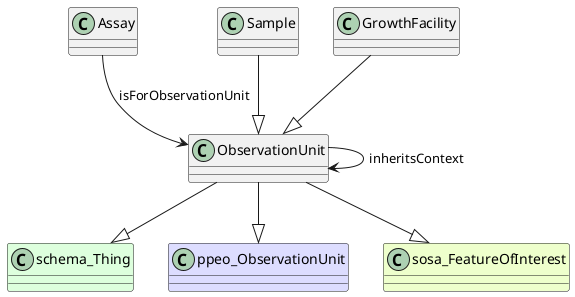
Earlier version of the PlantUML export ttl_uml/ttl_appn_ObservationUnit.png (aus-plant-phenomics-network/appn-schema).
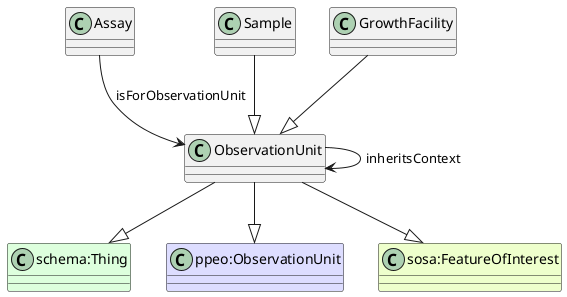
After the commit.

Change to the diagram source:
```diff
@@ -1,11 +1,11 @@
 @startuml
 class ObservationUnit  #line.bold
-class schema_Thing #DDFFDD
-ObservationUnit --|> schema_Thing
-class ppeo_ObservationUnit #DDDDFF
-ObservationUnit --|> ppeo_ObservationUnit
-class sosa_FeatureOfInterest #EEFFCC
-ObservationUnit --|> sosa_FeatureOfInterest
+class "schema:Thing" #DDFFDD
+ObservationUnit --|> "schema:Thing"
+class "ppeo:ObservationUnit" #DDDDFF
+ObservationUnit --|> "ppeo:ObservationUnit"
+class "sosa:FeatureOfInterest" #EEFFCC
+ObservationUnit --|> "sosa:FeatureOfInterest"
 class Assay
 Assay --> ObservationUnit : isForObservationUnit
 class ObservationUnit
```
